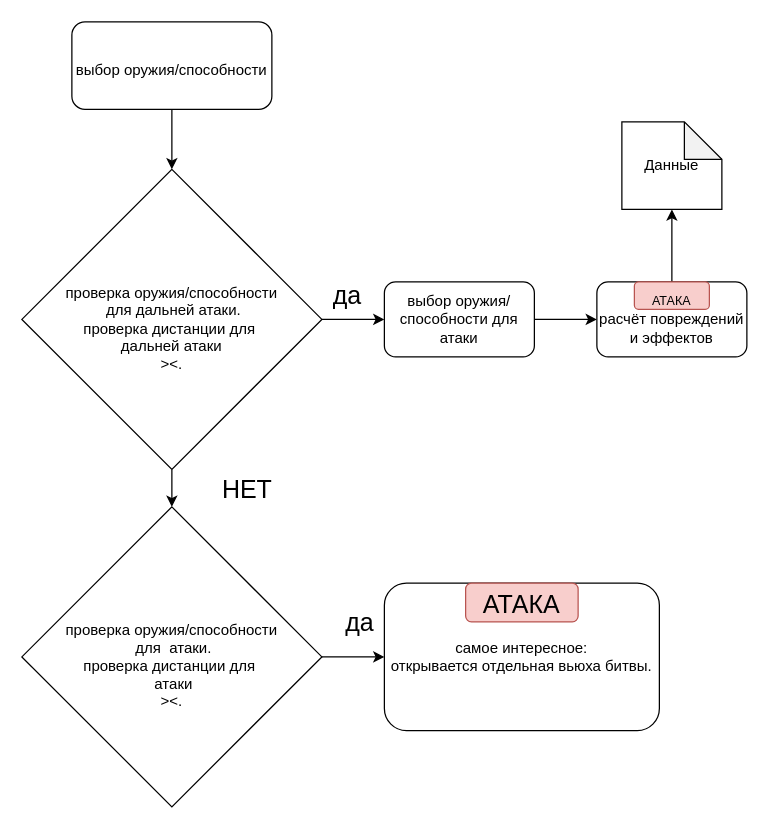
The draw.io diagram page "Боевая модель" (6 of 6) of Architecture.drawio in PhoenixVRN/Mafia, before the edit. Source tidied: cells renumbered, new cells numbered last; positions are measured from the earlier drawing's top-left corner, leaving out a move shared by most shapes. Both pictures are drawn from the tidied source at 125%, with x=0, y=0 at pixel (21, 21).
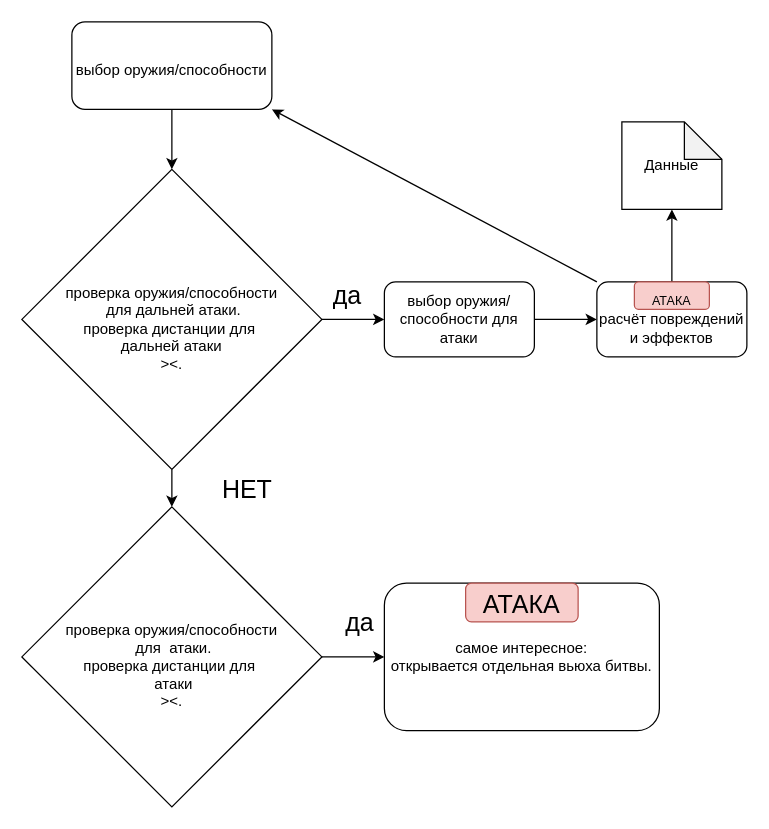
The same page after the edit.

Unchanged cells that the change refers to:
```xml
<mxCell id="9" value="&lt;span style=&quot;font-size: 12px&quot;&gt;выбор оружия/способности&lt;/span&gt;" style="rounded=1;whiteSpace=wrap;html=1;fontSize=20;" parent="1" vertex="1">
  <mxGeometry x="40" width="160" height="70" as="geometry" />
</mxCell>
<mxCell id="10" value="АТАКА &lt;br&gt;расчёт повреждений и эффектов" style="rounded=1;whiteSpace=wrap;html=1;" parent="1" vertex="1">
  <mxGeometry x="460" y="208" width="120" height="60" as="geometry" />
</mxCell>
```

The edit, as a diff of the source:
```diff
@@
+    <mxCell id="20" style="endArrow=classic;html=1;fontSize=20;exitX=0;exitY=0;exitDx=0;exitDy=0;entryX=1;entryY=1;entryDx=0;entryDy=0;" parent="1" edge="1" source="10" target="9">
+      <mxGeometry relative="1" as="geometry" />
+    </mxCell>
```
